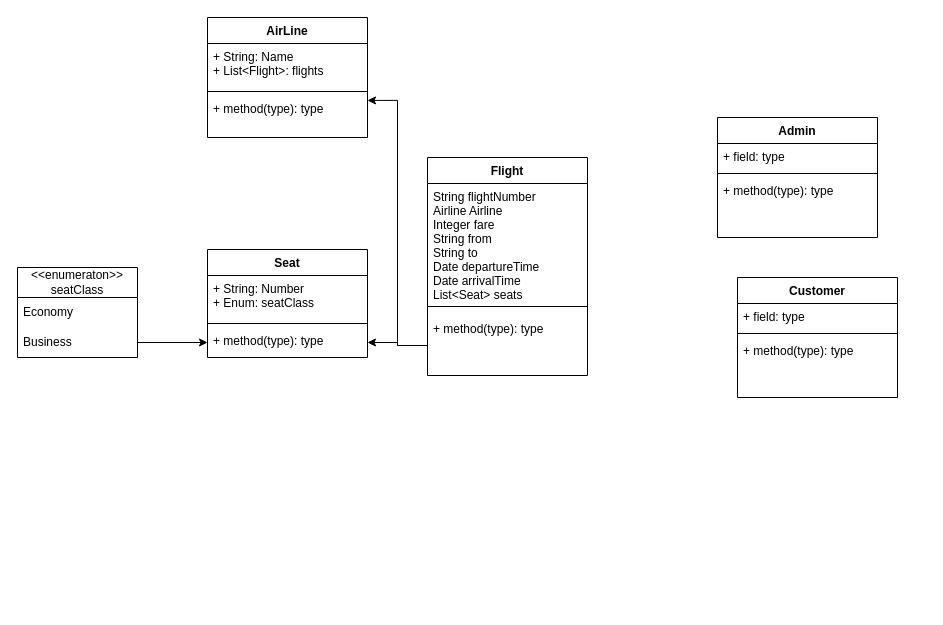
Above: sysdesign.drawio in SirBadr/Flight-Booking-System (draw.io), before the change. Source tidied: cells renumbered, new cells numbered last; positions are measured from the earlier drawing's top-left corner, leaving out a move shared by most shapes. Both pictures are drawn from the tidied source at 100%, with x=0, y=0 at pixel (17, 17).
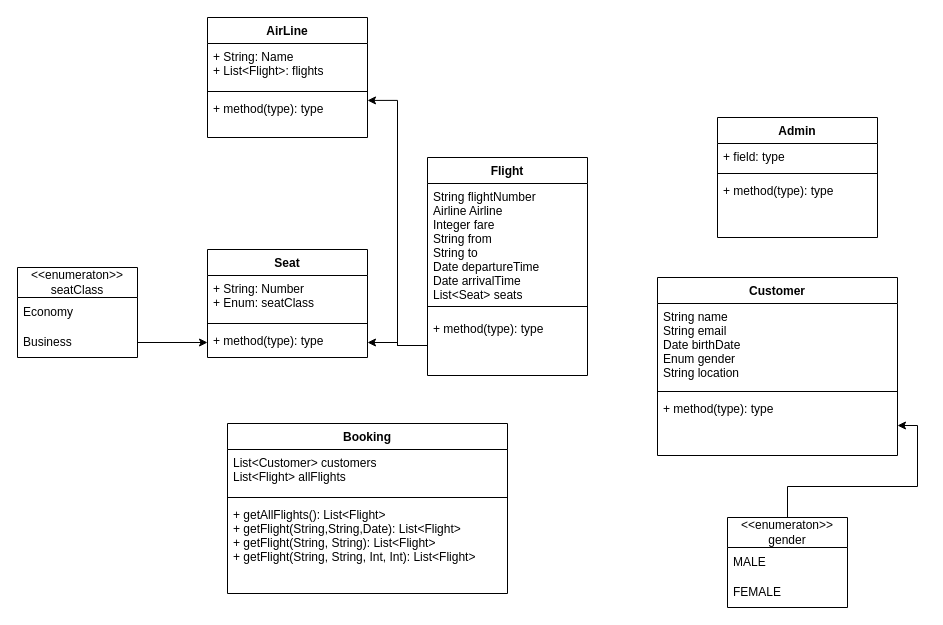
After the change.

What changed in the source:
```diff
@@
     <mxCell id="10" value="Customer" style="swimlane;fontStyle=1;align=center;verticalAlign=top;horizontal=1;startSize=26;" parent="1" vertex="1">
-      <mxGeometry x="720" y="260" width="160" height="120" as="geometry" />
+      <mxGeometry x="640" y="260" width="240" height="178" as="geometry" />
     </mxCell>
-    <mxCell id="11" value="+ field: type" style="text;strokeColor=none;fillColor=none;align=left;verticalAlign=top;spacingLeft=4;spacingRight=4;overflow=hidden;" parent="10" vertex="1">
-      <mxGeometry y="26" width="160" height="26" as="geometry" />
+    <mxCell id="11" value="    String name&#10;    String email&#10;    Date birthDate&#10;    Enum gender&#10;    String location&#10;" style="text;strokeColor=none;fillColor=none;align=left;verticalAlign=top;spacingLeft=4;spacingRight=4;overflow=hidden;" parent="10" vertex="1">
+      <mxGeometry y="26" width="240" height="84" as="geometry" />
     </mxCell>
     <mxCell id="12" style="line;strokeWidth=1;fillColor=none;align=left;verticalAlign=middle;spacingTop=-1;spacingLeft=3;spacingRight=3;labelPosition=right;strokeColor=inherit;" parent="10" vertex="1">
-      <mxGeometry y="52" width="160" height="8" as="geometry" />
+      <mxGeometry y="110" width="240" height="8" as="geometry" />
     </mxCell>
     <mxCell id="13" value="+ method(type): type" style="text;strokeColor=none;fillColor=none;align=left;verticalAlign=top;spacingLeft=4;spacingRight=4;overflow=hidden;points=[[0,0.5],[1,0.5]];portConstraint=eastwest;" parent="10" vertex="1">
-      <mxGeometry y="60" width="160" height="60" as="geometry" />
+      <mxGeometry y="118" width="240" height="60" as="geometry" />
     </mxCell>
@@
+    <mxCell id="28" style="edgeStyle=orthogonalEdgeStyle;rounded=0;jettySize=auto;html=1;" parent="1" edge="1" source="29" target="13">
+      <mxGeometry relative="1" as="geometry" />
+    </mxCell>
+    <mxCell id="29" value="&amp;lt;&amp;lt;enumeraton&amp;gt;&amp;gt;&lt;br&gt;gender" style="swimlane;fontStyle=0;horizontal=1;startSize=30;whiteSpace=wrap;html=1;" parent="1" vertex="1">
+      <mxGeometry x="710" y="500" width="120" height="90" as="geometry" />
+    </mxCell>
+    <mxCell id="30" value="MALE" style="text;strokeColor=none;fillColor=none;align=left;verticalAlign=middle;spacingLeft=4;spacingRight=4;overflow=hidden;whiteSpace=wrap;html=1;" parent="29" vertex="1">
+      <mxGeometry y="30" width="120" height="30" as="geometry" />
+    </mxCell>
+    <mxCell id="31" value="FEMALE" style="text;strokeColor=none;fillColor=none;align=left;verticalAlign=middle;spacingLeft=4;spacingRight=4;overflow=hidden;whiteSpace=wrap;html=1;" parent="29" vertex="1">
+      <mxGeometry y="60" width="120" height="30" as="geometry" />
+    </mxCell>
+    <mxCell id="32" value="Booking" style="swimlane;fontStyle=1;align=center;verticalAlign=top;horizontal=1;startSize=26;" parent="1" vertex="1">
+      <mxGeometry x="210" y="406" width="280" height="170" as="geometry" />
+    </mxCell>
+    <mxCell id="33" value="    List&lt;Customer&gt; customers&#10;    List&lt;Flight&gt; allFlights&#10;" style="text;strokeColor=none;fillColor=none;align=left;verticalAlign=top;spacingLeft=4;spacingRight=4;overflow=hidden;" parent="32" vertex="1">
+      <mxGeometry y="26" width="280" height="44" as="geometry" />
+    </mxCell>
+    <mxCell id="34" style="line;strokeWidth=1;fillColor=none;align=left;verticalAlign=middle;spacingTop=-1;spacingLeft=3;spacingRight=3;labelPosition=right;strokeColor=inherit;" parent="32" vertex="1">
+      <mxGeometry y="70" width="280" height="8" as="geometry" />
+    </mxCell>
+    <mxCell id="35" value="+ getAllFlights(): List&lt;Flight&gt;&#10;+ getFlight(String,String,Date): List&lt;Flight&gt;&#10;+ getFlight(String, String): List&lt;Flight&gt;&#10;+ getFlight(String, String, Int, Int): List&lt;Flight&gt;&#10;" style="text;strokeColor=none;fillColor=none;align=left;verticalAlign=top;spacingLeft=4;spacingRight=4;overflow=hidden;" parent="32" vertex="1">
+      <mxGeometry y="78" width="280" height="92" as="geometry" />
+    </mxCell>
```
